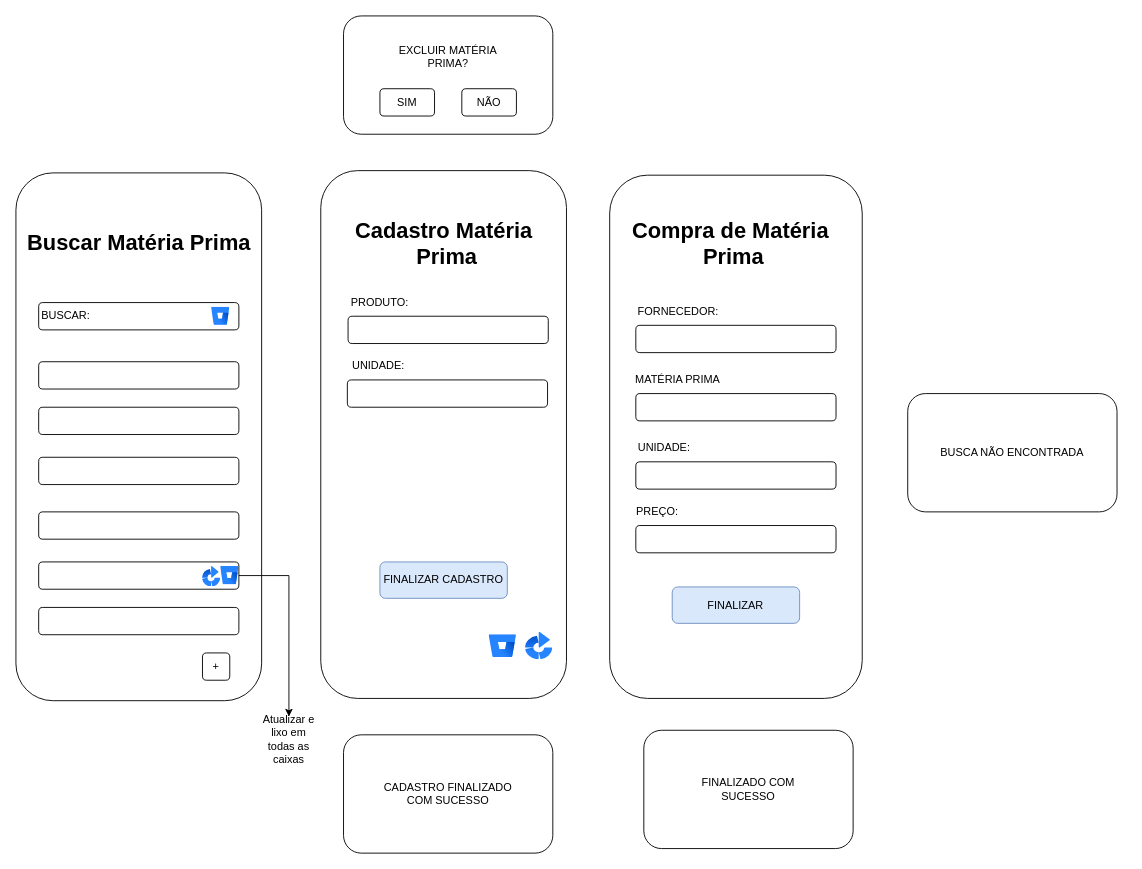
The draw.io diagram page "Página-4" (5 of 6) of DOC/tela.drawio in juliareis14/avatar.app, before the edit. Source tidied: cells renumbered, new cells numbered last; positions are measured from the earlier drawing's top-left corner, leaving out a move shared by most shapes. Both pictures are drawn from the tidied source at 91%, with x=0, y=0 at pixel (15, 15).
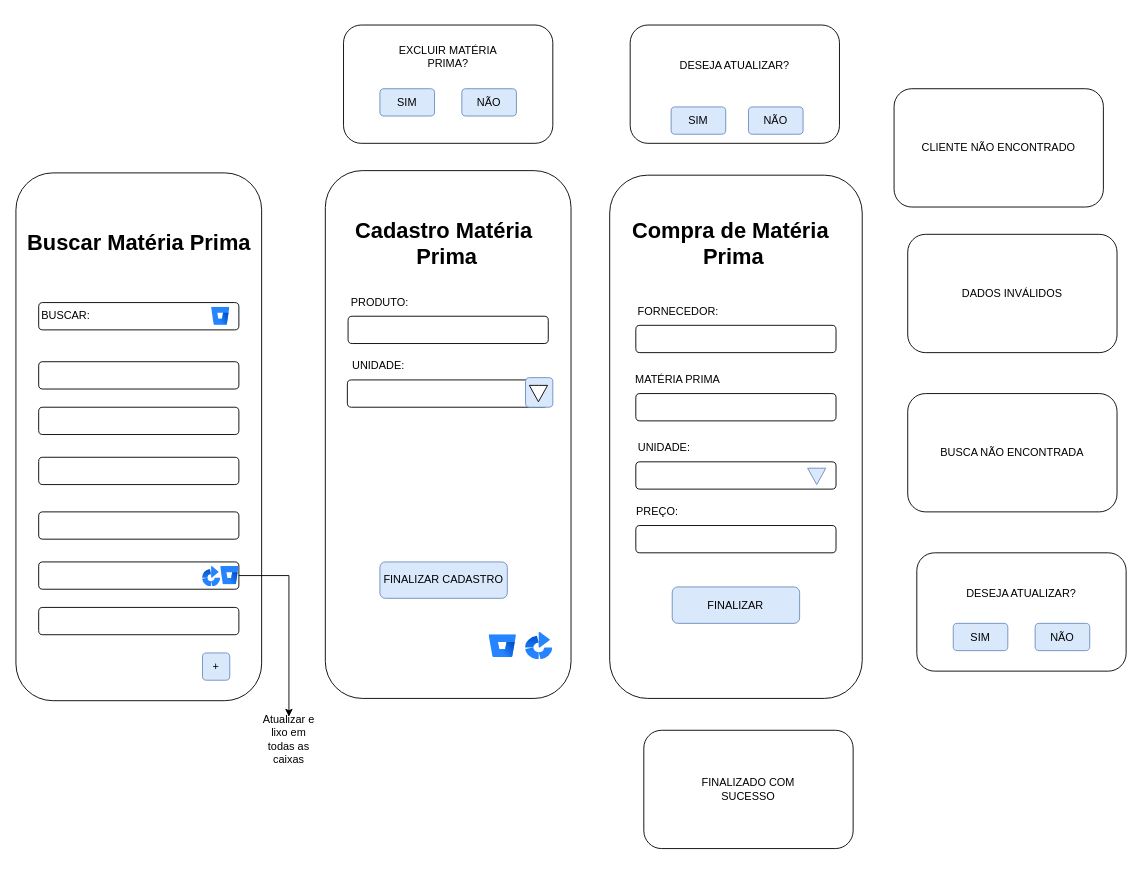
The same page after the edit.

Diff of the diagram source:
```diff
@@
+    <mxCell id="47" style="rounded=1;whiteSpace=wrap;html=1;" parent="1" vertex="1">
+      <mxGeometry x="870" y="487.5" width="30" height="32.5" as="geometry" />
+    </mxCell>
+    <mxCell id="48" style="rounded=1;whiteSpace=wrap;html=1;" parent="1" vertex="1">
+      <mxGeometry x="871.2" y="487.5" width="30" height="32.5" as="geometry" />
+    </mxCell>
@@
     <mxCell id="4" style="rounded=1;whiteSpace=wrap;html=1;" parent="1" vertex="1">
-      <mxGeometry x="335" y="170" width="270" height="580" as="geometry" />
+      <mxGeometry x="340" y="170" width="270" height="580" as="geometry" />
     </mxCell>
@@
     <mxCell id="24" style="rounded=1;whiteSpace=wrap;html=1;" parent="1" vertex="1">
-      <mxGeometry x="360" width="230" height="130" as="geometry" />
+      <mxGeometry x="360" y="10" width="230" height="130" as="geometry" />
     </mxCell>
-    <mxCell id="25" value="SIM" style="rounded=1;whiteSpace=wrap;html=1;" parent="1" vertex="1">
+    <mxCell id="25" value="SIM" style="rounded=1;whiteSpace=wrap;html=1;fillColor=#dae8fc;strokeColor=#6c8ebf;" parent="1" vertex="1">
       <mxGeometry x="400" y="80" width="60" height="30" as="geometry" />
     </mxCell>
-    <mxCell id="26" value="NÃO" style="rounded=1;whiteSpace=wrap;html=1;" parent="1" vertex="1">
+    <mxCell id="26" value="NÃO" style="rounded=1;whiteSpace=wrap;html=1;fillColor=#dae8fc;strokeColor=#6c8ebf;" parent="1" vertex="1">
       <mxGeometry x="490" y="80" width="60" height="30" as="geometry" />
     </mxCell>
@@
-    <mxCell id="29" style="rounded=1;whiteSpace=wrap;html=1;" parent="1" vertex="1">
-      <mxGeometry x="360" y="790" width="230" height="130" as="geometry" />
-    </mxCell>
-    <mxCell id="30" value="CADASTRO FINALIZADO&lt;div&gt;COM SUCESSO&lt;/div&gt;" style="text;html=1;align=center;verticalAlign=middle;whiteSpace=wrap;rounded=0;" parent="1" vertex="1">
-      <mxGeometry x="400" y="820" width="150" height="70" as="geometry" />
-    </mxCell>
@@
-    <mxCell id="44" value="+" style="rounded=1;whiteSpace=wrap;html=1;direction=south;" parent="1" vertex="1">
+    <mxCell id="44" value="+" style="rounded=1;whiteSpace=wrap;html=1;direction=south;fillColor=#dae8fc;strokeColor=#6c8ebf;" parent="1" vertex="1">
       <mxGeometry x="205" y="700" width="30" height="30" as="geometry" />
     </mxCell>
@@
+    <mxCell id="49" value="DADOS INVÁLIDOS" style="rounded=1;whiteSpace=wrap;html=1;" parent="1" vertex="1">
+      <mxGeometry x="980" y="240" width="230" height="130" as="geometry" />
+    </mxCell>
+    <mxCell id="50" style="rounded=1;whiteSpace=wrap;html=1;" parent="1" vertex="1">
+      <mxGeometry x="990" y="590" width="230" height="130" as="geometry" />
+    </mxCell>
+    <mxCell id="51" value="DESEJA ATUALIZAR?" style="text;html=1;align=center;verticalAlign=middle;whiteSpace=wrap;rounded=0;" parent="1" vertex="1">
+      <mxGeometry x="1040" y="620" width="130" height="30" as="geometry" />
+    </mxCell>
+    <mxCell id="52" value="SIM" style="rounded=1;whiteSpace=wrap;html=1;fillColor=#dae8fc;strokeColor=#6c8ebf;" parent="1" vertex="1">
+      <mxGeometry x="1030" y="667.5" width="60" height="30" as="geometry" />
+    </mxCell>
+    <mxCell id="53" value="NÃO" style="rounded=1;whiteSpace=wrap;html=1;fillColor=#dae8fc;strokeColor=#6c8ebf;" parent="1" vertex="1">
+      <mxGeometry x="1120" y="667.5" width="60" height="30" as="geometry" />
+    </mxCell>
+    <mxCell id="54" style="rounded=1;whiteSpace=wrap;html=1;" parent="1" vertex="1">
+      <mxGeometry x="675" y="10" width="230" height="130" as="geometry" />
+    </mxCell>
+    <mxCell id="55" value="SIM" style="rounded=1;whiteSpace=wrap;html=1;fillColor=#dae8fc;strokeColor=#6c8ebf;" parent="1" vertex="1">
+      <mxGeometry x="720" y="100" width="60" height="30" as="geometry" />
+    </mxCell>
+    <mxCell id="56" value="NÃO" style="rounded=1;whiteSpace=wrap;html=1;fillColor=#dae8fc;strokeColor=#6c8ebf;" parent="1" vertex="1">
+      <mxGeometry x="805" y="100" width="60" height="30" as="geometry" />
+    </mxCell>
+    <mxCell id="57" value="DESEJA ATUALIZAR?" style="text;html=1;align=center;verticalAlign=middle;whiteSpace=wrap;rounded=0;" parent="1" vertex="1">
+      <mxGeometry x="720" y="40" width="140" height="30" as="geometry" />
+    </mxCell>
+    <mxCell id="58" style="rounded=1;whiteSpace=wrap;html=1;fillColor=#dae8fc;strokeColor=#6c8ebf;" parent="1" vertex="1">
+      <mxGeometry x="560" y="397.5" width="30" height="32.5" as="geometry" />
+    </mxCell>
+    <mxCell id="59" style="html=1;shadow=0;dashed=0;align=center;verticalAlign=middle;shape=mxgraph.arrows2.arrow;dy=0.6;dx=40;direction=south;notch=0;" parent="1" vertex="1">
+      <mxGeometry x="564.2" y="406" width="20" height="18" as="geometry" />
+    </mxCell>
+    <mxCell id="60" style="html=1;shadow=0;dashed=0;align=center;verticalAlign=middle;shape=mxgraph.arrows2.arrow;dy=0.6;dx=40;direction=south;notch=0;fillColor=#dae8fc;strokeColor=#6c8ebf;" parent="1" vertex="1">
+      <mxGeometry x="870" y="497" width="20" height="18" as="geometry" />
+    </mxCell>
+    <mxCell id="61" value="CLIENTE NÃO ENCONTRADO" style="rounded=1;whiteSpace=wrap;html=1;" parent="1" vertex="1">
+      <mxGeometry x="965" y="80" width="230" height="130" as="geometry" />
+    </mxCell>
```
